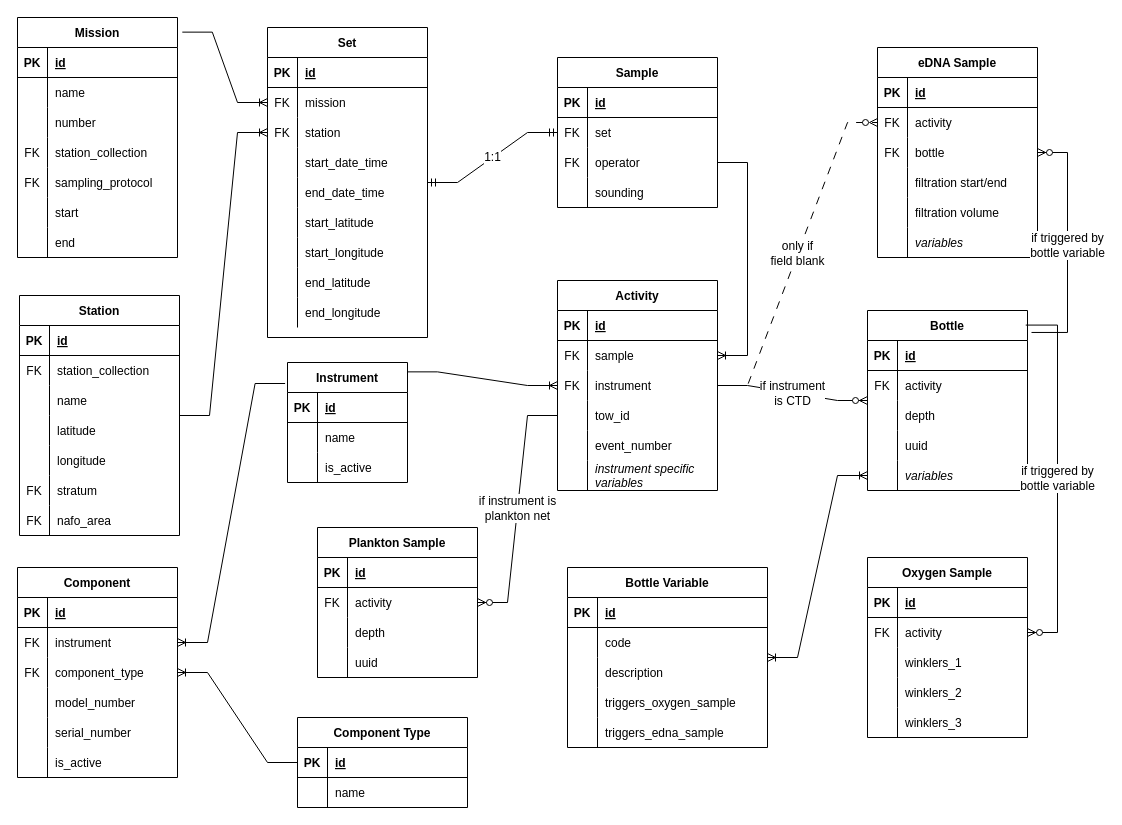
This is ANDES-TechReport-EN/figures/src/erd_oceanography.drawio from dfo-gulf-science/ANDES-description-report-2023, a draw.io file, before an edit. Source tidied: cells renumbered, new cells numbered last; positions are measured from the earlier drawing's top-left corner, leaving out a move shared by most shapes. Both pictures are drawn from the tidied source at 100%, with x=0, y=0 at pixel (17, 17).
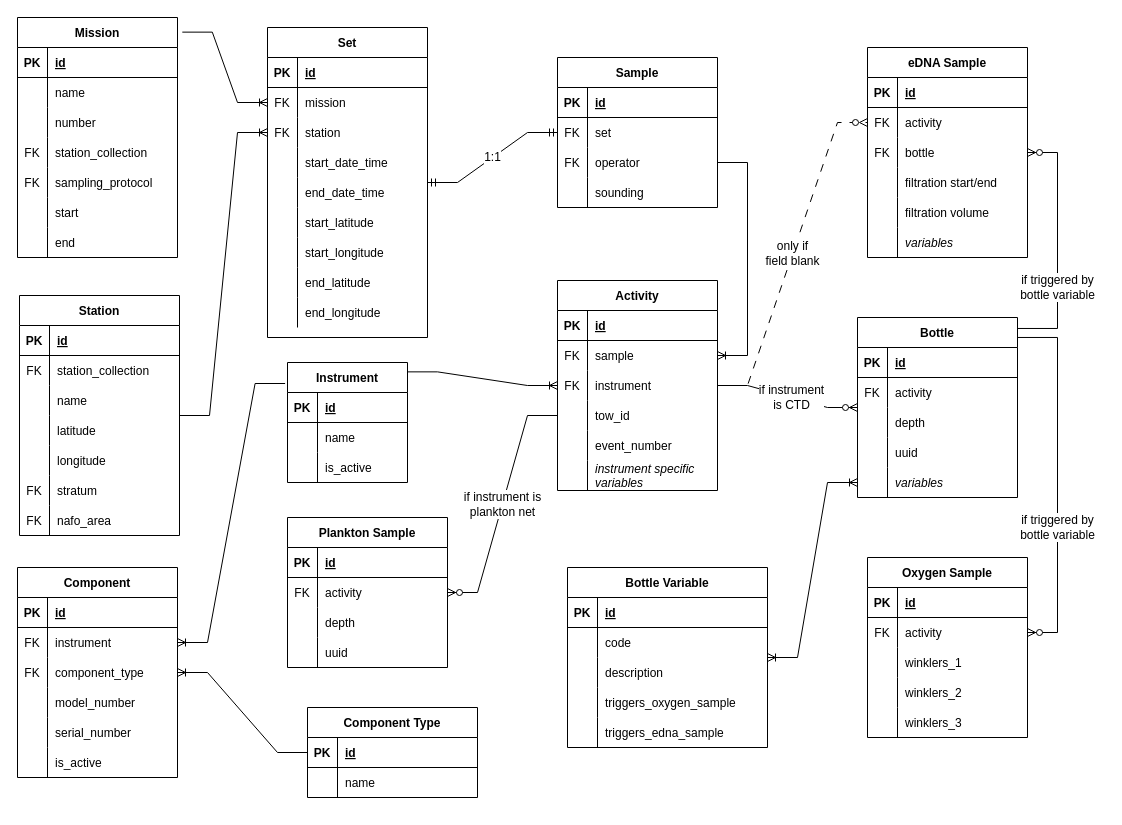
Above is the later version.

Unchanged cells that the change refers to:
```xml
<mxCell id="89" value="Activity" style="shape=table;startSize=30;childLayout=tableLayout;rowLines=0;fontStyle=1;align=center;" parent="1" vertex="1">
  <mxGeometry x="540" y="263" width="160" height="210" as="geometry" />
</mxCell>
<mxCell id="204" style="shape=partialRectangle;fillColor=none;points=[[0,0.5],[1,0.5]];portConstraint=eastwest;top=0;left=0;right=0;bottom=0;" parent="197" vertex="1">
  <mxGeometry y="90" width="160" height="30" as="geometry" />
</mxCell>
<mxCell id="220" style="shape=partialRectangle;fillColor=none;points=[[0,0.5],[1,0.5]];portConstraint=eastwest;top=0;left=0;right=0;bottom=0;" parent="216" vertex="1">
  <mxGeometry y="60" width="160" height="30" as="geometry" />
</mxCell>
```

The edit, as a diff of the source:
```diff
@@
     <mxCell id="108" value="Bottle" style="shape=table;startSize=30;childLayout=tableLayout;rowLines=0;fontStyle=1;align=center;" parent="1" vertex="1">
-      <mxGeometry x="850" y="293" width="160" height="180" as="geometry" />
+      <mxGeometry x="840" y="300" width="160" height="180" as="geometry" />
     </mxCell>
@@
     <mxCell id="124" value="Plankton Sample" style="shape=table;startSize=30;childLayout=tableLayout;rowLines=0;fontStyle=1;align=center;" parent="1" vertex="1">
-      <mxGeometry x="300" y="510" width="160" height="150" as="geometry" />
+      <mxGeometry x="270" y="500" width="160" height="150" as="geometry" />
     </mxCell>
@@
     <mxCell id="154" value="if instrument &lt;br&gt;is CTD" style="edgeStyle=entityRelationEdgeStyle;fontSize=12;html=1;endArrow=ERzeroToMany;endFill=1;rounded=0;" parent="1" edge="1" source="89" target="108">
-      <mxGeometry relative="1" as="geometry" />
+      <mxGeometry x="0.07" relative="1" as="geometry" />
     </mxCell>
@@
     <mxCell id="187" value="Component Type" style="shape=table;startSize=30;childLayout=tableLayout;rowLines=0;fontStyle=1;align=center;" parent="1" vertex="1">
-      <mxGeometry x="280" y="700" width="170" height="90" as="geometry" />
+      <mxGeometry x="290" y="690" width="170" height="90" as="geometry" />
     </mxCell>
@@
     <mxCell id="197" value="eDNA Sample" style="shape=table;startSize=30;childLayout=tableLayout;rowLines=0;fontStyle=1;align=center;" parent="1" vertex="1">
-      <mxGeometry x="860" y="30" width="160" height="210" as="geometry" />
+      <mxGeometry x="850" y="30" width="160" height="210" as="geometry" />
     </mxCell>
@@
-    <mxCell id="233" value="if triggered by &lt;br&gt;bottle variable" style="edgeStyle=entityRelationEdgeStyle;fontSize=12;html=1;endArrow=ERzeroToMany;endFill=1;rounded=0;exitX=1.025;exitY=0.122;exitDx=0;exitDy=0;exitPerimeter=0;" parent="1" edge="1" source="108" target="204">
-      <mxGeometry relative="1" as="geometry" />
+    <mxCell id="233" value="if triggered by &lt;br&gt;bottle variable" style="edgeStyle=entityRelationEdgeStyle;fontSize=12;html=1;endArrow=ERzeroToMany;endFill=1;rounded=0;exitX=1;exitY=0.061;exitDx=0;exitDy=0;exitPerimeter=0;" parent="1" edge="1" source="108" target="204">
+      <mxGeometry x="-0.34" relative="1" as="geometry" />
     </mxCell>
-    <mxCell id="234" value="if triggered by &lt;br&gt;bottle variable" style="edgeStyle=entityRelationEdgeStyle;fontSize=12;html=1;endArrow=ERzeroToMany;endFill=1;rounded=0;exitX=0.989;exitY=0.081;exitDx=0;exitDy=0;exitPerimeter=0;" parent="1" edge="1" source="108" target="220">
-      <mxGeometry relative="1" as="geometry" />
+    <mxCell id="234" value="if triggered by &lt;br&gt;bottle variable" style="edgeStyle=entityRelationEdgeStyle;fontSize=12;html=1;endArrow=ERzeroToMany;endFill=1;rounded=0;exitX=1;exitY=0.111;exitDx=0;exitDy=0;exitPerimeter=0;" parent="1" edge="1" source="108" target="220">
+      <mxGeometry x="0.26" relative="1" as="geometry" />
     </mxCell>
```
